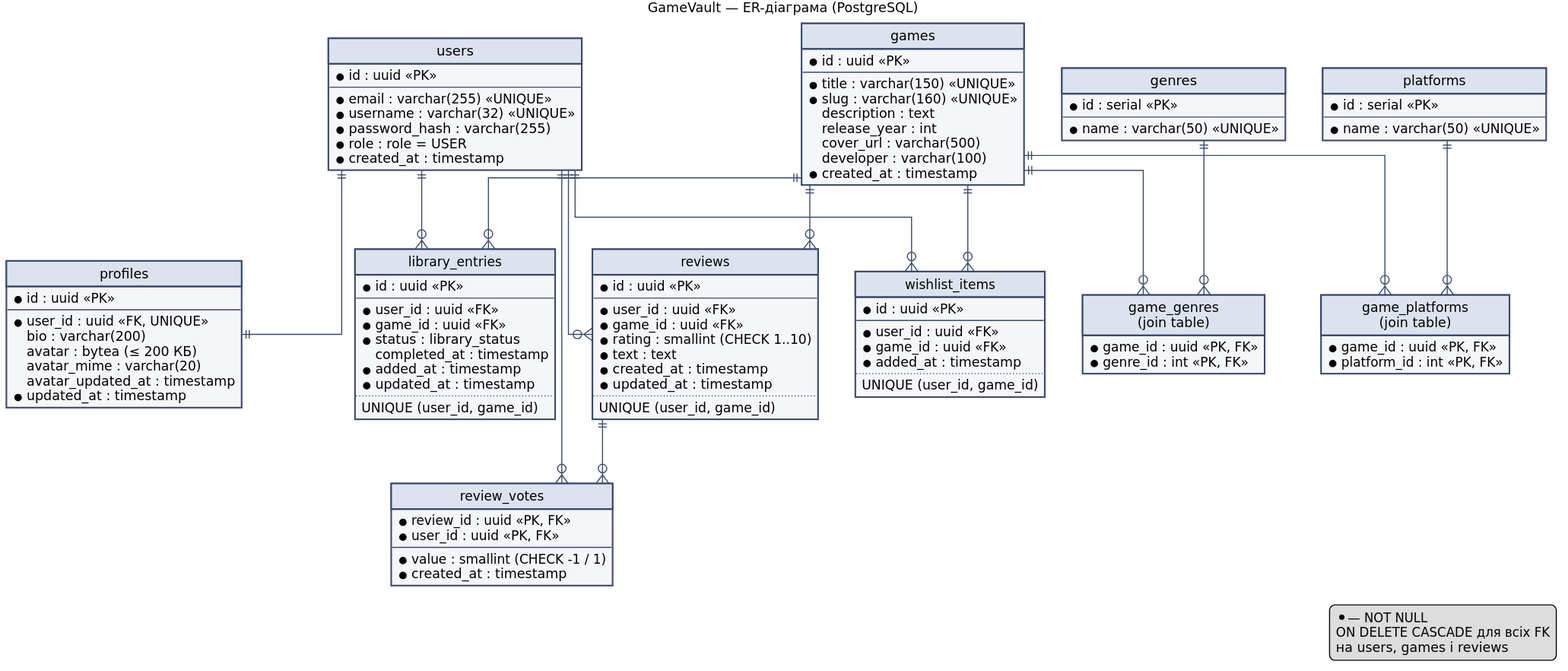
Earlier version of the PlantUML export docs/diagrams/er-diagram.svg (PavloPopovV/GameVault).
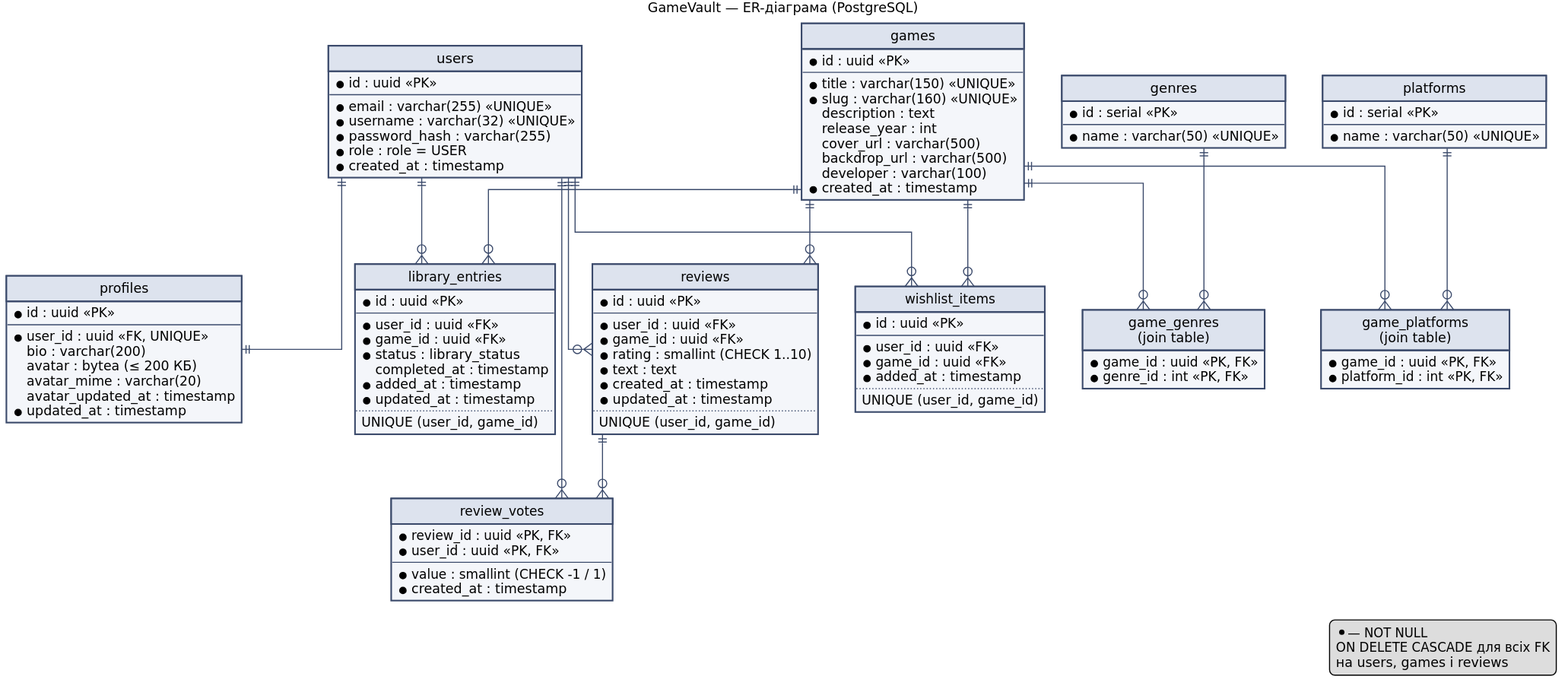
After the commit.

Diff of the diagram source:
```diff
@@ -40,6 +40,7 @@
   description : text
   release_year : int
   cover_url : varchar(500)
+  backdrop_url : varchar(500)
   developer : varchar(100)
   * created_at : timestamp
 }
```
